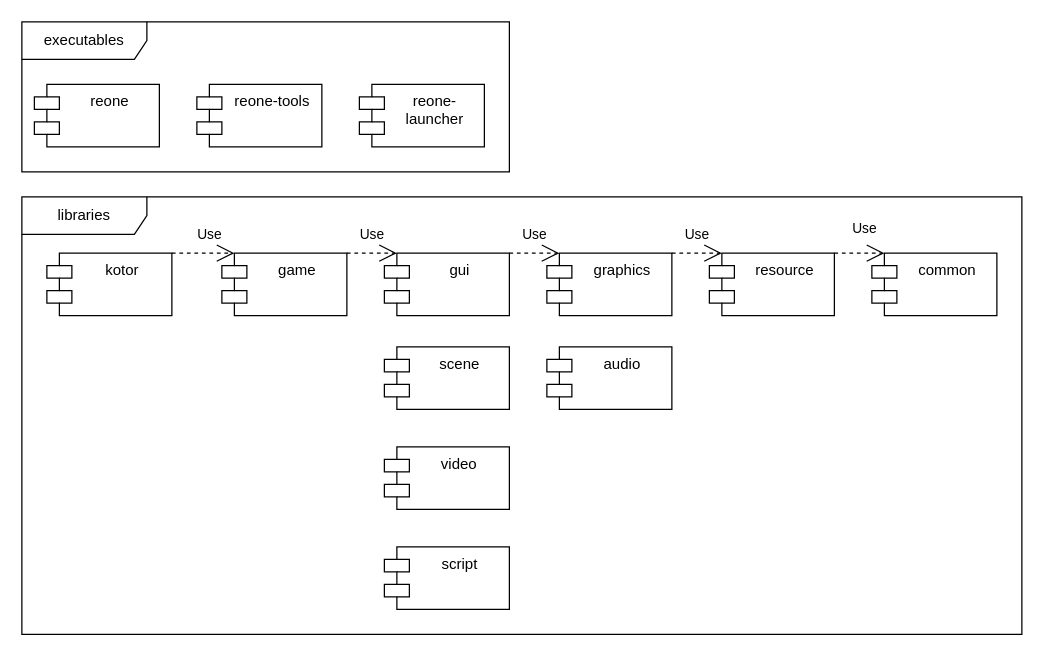
Earlier version of the draw.io diagram doc/diagram/modules.drawio (seedhartha/reone). Source tidied: cells renumbered, new cells numbered last; positions are measured from the earlier drawing's top-left corner, leaving out a move shared by most shapes. Both pictures are drawn from the tidied source at 125%, with x=0, y=0 at pixel (21, 21).
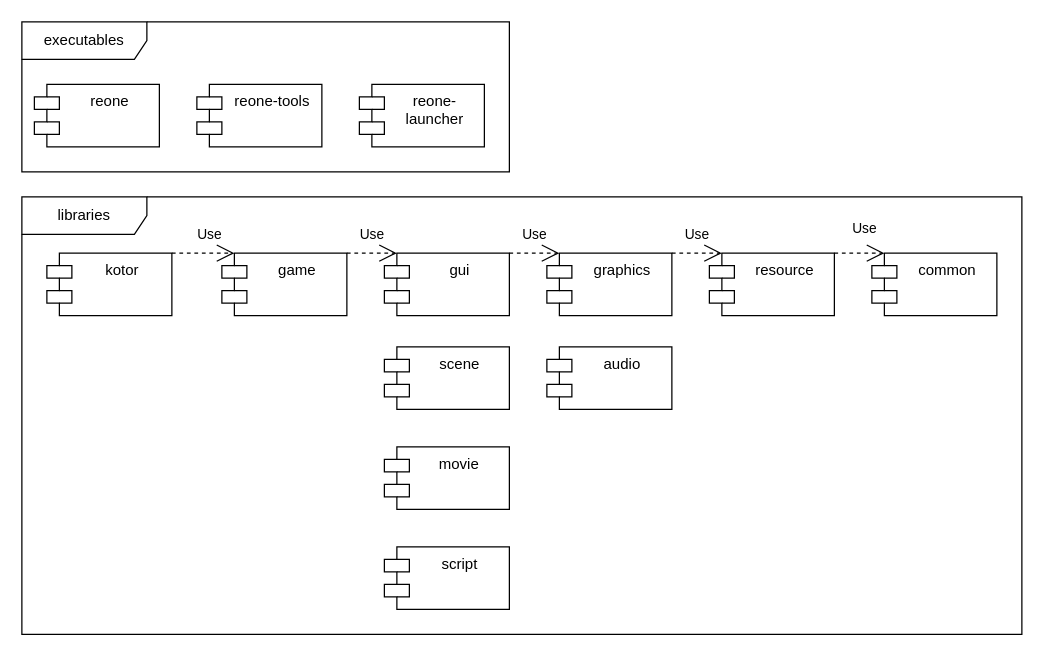
Above is the later version.

Change to the diagram source:
```diff
@@
-    <mxCell id="11" value="video" style="shape=module;align=left;spacingLeft=20;align=center;verticalAlign=top;" parent="1" vertex="1">
+    <mxCell id="11" value="movie" style="shape=module;align=left;spacingLeft=20;align=center;verticalAlign=top;" parent="1" vertex="1">
       <mxGeometry x="290" y="340" width="100" height="50" as="geometry" />
     </mxCell>
```
